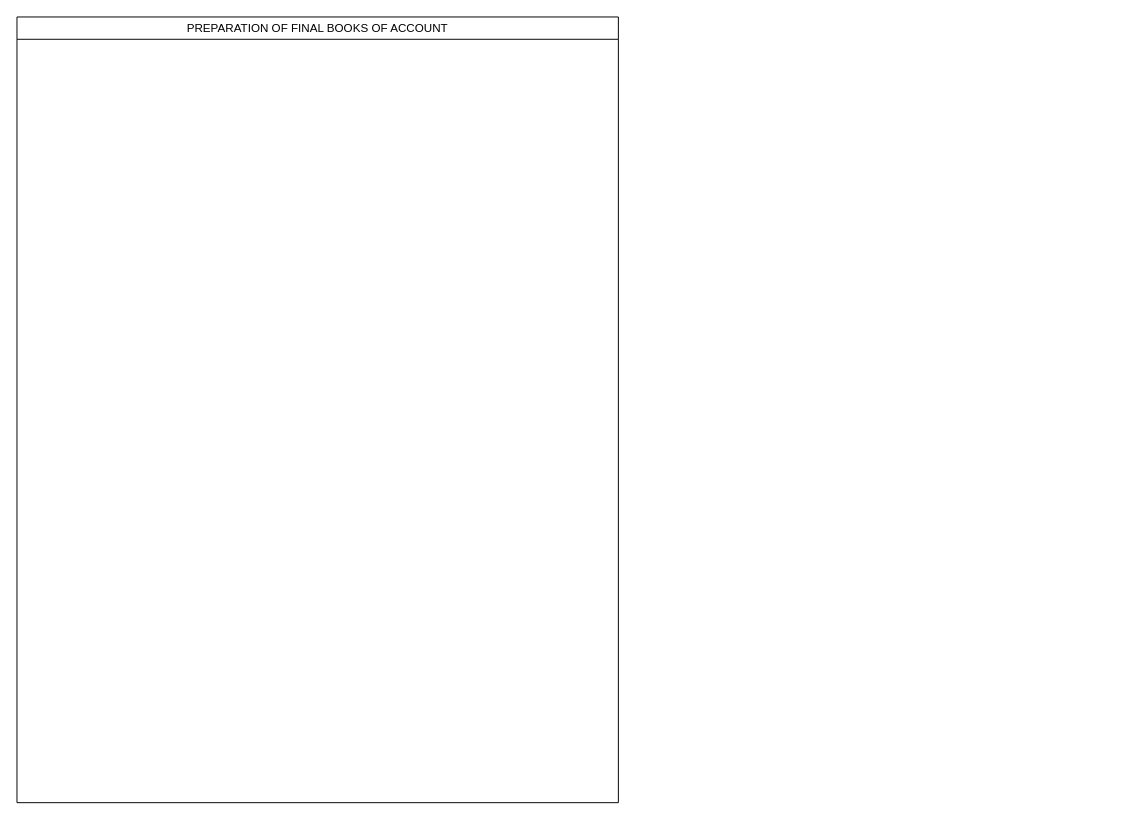
The draw.io diagram TPF - fin -PREPARATION OF FINAL BOOKS OF ACCOUNT.drawio in kmagua/flowcharts, before the edit. Source tidied: cells renumbered, new cells numbered last; positions are measured from the earlier drawing's top-left corner, leaving out a move shared by most shapes. Both pictures are drawn from the tidied source at 97%, with x=0, y=0 at pixel (16, 16).
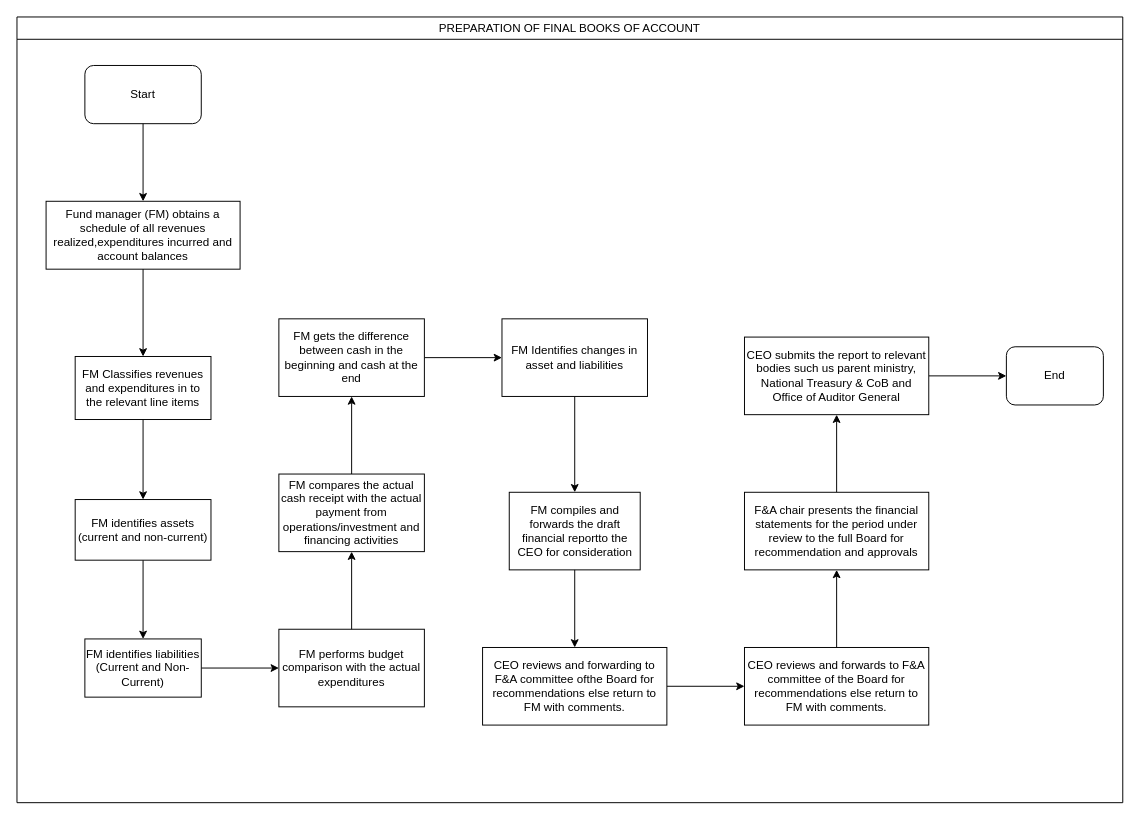
The same page after the edit.

The edit, as a diff of the source:
```diff
@@
     <mxCell id="2" value="PREPARATION OF FINAL BOOKS OF ACCOUNT" style="swimlane;fontStyle=0;" parent="1" vertex="1">
-      <mxGeometry width="620" height="810" as="geometry" />
+      <mxGeometry width="1140" height="810" as="geometry" />
     </mxCell>
+    <mxCell id="3" value="Start" style="rounded=1;whiteSpace=wrap;html=1;" parent="2" vertex="1">
+      <mxGeometry x="70" y="50" width="120" height="60" as="geometry" />
+    </mxCell>
+    <mxCell id="4" value="Fund manager (FM) &lt;span lang=&quot;EN-GB&quot;&gt;obtains a schedule of all revenues realized,expenditures incurred and account balances &lt;/span&gt;" style="rounded=0;whiteSpace=wrap;html=1;" parent="2" vertex="1">
+      <mxGeometry x="30" y="190" width="200" height="70" as="geometry" />
+    </mxCell>
+    <mxCell id="5" style="edgeStyle=orthogonalEdgeStyle;rounded=0;jettySize=auto;html=1;" parent="2" edge="1" source="3" target="4">
+      <mxGeometry relative="1" as="geometry" />
+    </mxCell>
+    <mxCell id="6" value="&lt;span lang=&quot;EN-GB&quot;&gt;FM Classifies revenues and expenditures in to the relevant line items&lt;/span&gt;" style="whiteSpace=wrap;html=1;rounded=0;" parent="2" vertex="1">
+      <mxGeometry x="60" y="350" width="140" height="65" as="geometry" />
+    </mxCell>
+    <mxCell id="7" style="edgeStyle=orthogonalEdgeStyle;rounded=0;jettySize=auto;html=1;" parent="2" edge="1" source="4" target="6">
+      <mxGeometry relative="1" as="geometry" />
+    </mxCell>
+    <mxCell id="8" value="FM performs &lt;span lang=&quot;EN-GB&quot;&gt;budget comparison with the actual expenditures&lt;/span&gt;" style="rounded=0;whiteSpace=wrap;html=1;" parent="2" vertex="1">
+      <mxGeometry x="270" y="631.2" width="150" height="80" as="geometry" />
+    </mxCell>
+    <mxCell id="9" value="&lt;span lang=&quot;EN-GB&quot;&gt;FM compiles and forwards the draft financial reportto the CEO for consideration&lt;/span&gt;" style="whiteSpace=wrap;html=1;rounded=0;" parent="2" vertex="1">
+      <mxGeometry x="507.5" y="490" width="135" height="80" as="geometry" />
+    </mxCell>
+    <mxCell id="10" value="End" style="rounded=1;whiteSpace=wrap;html=1;" parent="2" vertex="1">
+      <mxGeometry x="1020" y="340" width="100" height="60" as="geometry" />
+    </mxCell>
+    <mxCell id="11" style="edgeStyle=orthogonalEdgeStyle;rounded=0;jettySize=auto;html=1;" parent="1" edge="1" source="12" target="15">
+      <mxGeometry relative="1" as="geometry" />
+    </mxCell>
+    <mxCell id="12" value="FM identifies assets (&lt;span lang=&quot;EN-GB&quot;&gt;current and non-current)&lt;br&gt;&lt;/span&gt;" style="whiteSpace=wrap;html=1;rounded=0;" parent="1" vertex="1">
+      <mxGeometry x="60" y="497.5" width="140" height="62.5" as="geometry" />
+    </mxCell>
+    <mxCell id="13" style="edgeStyle=orthogonalEdgeStyle;rounded=0;jettySize=auto;html=1;" parent="1" edge="1" source="6" target="12">
+      <mxGeometry relative="1" as="geometry" />
+    </mxCell>
+    <mxCell id="14" style="edgeStyle=orthogonalEdgeStyle;rounded=0;jettySize=auto;html=1;" parent="1" edge="1" source="15" target="8">
+      <mxGeometry relative="1" as="geometry" />
+    </mxCell>
+    <mxCell id="15" value="FM &lt;span lang=&quot;EN-GB&quot;&gt;identifies liabilities (Current and Non-Current)&lt;/span&gt;" style="whiteSpace=wrap;html=1;rounded=0;" parent="1" vertex="1">
+      <mxGeometry x="70" y="641.2" width="120" height="60" as="geometry" />
+    </mxCell>
+    <mxCell id="16" style="edgeStyle=orthogonalEdgeStyle;rounded=0;jettySize=auto;html=1;" parent="1" edge="1" source="17" target="20">
+      <mxGeometry relative="1" as="geometry" />
+    </mxCell>
+    <mxCell id="17" value="FM &lt;span lang=&quot;EN-GB&quot;&gt;compares the actual cash receipt with the actual payment from operations/investment and financing activities&lt;/span&gt;" style="rounded=0;whiteSpace=wrap;html=1;" parent="1" vertex="1">
+      <mxGeometry x="270" y="471.2" width="150" height="80" as="geometry" />
+    </mxCell>
+    <mxCell id="18" style="edgeStyle=orthogonalEdgeStyle;rounded=0;jettySize=auto;html=1;" parent="1" edge="1" source="8" target="17">
+      <mxGeometry relative="1" as="geometry" />
+    </mxCell>
+    <mxCell id="19" style="edgeStyle=orthogonalEdgeStyle;rounded=0;jettySize=auto;html=1;" parent="1" edge="1" source="20" target="22">
+      <mxGeometry relative="1" as="geometry" />
+    </mxCell>
+    <mxCell id="20" value="&lt;span lang=&quot;EN-GB&quot;&gt;FM gets the difference between cash in the beginning and cash at the end &lt;/span&gt;" style="rounded=0;whiteSpace=wrap;html=1;" parent="1" vertex="1">
+      <mxGeometry x="270" y="311.2" width="150" height="80" as="geometry" />
+    </mxCell>
+    <mxCell id="21" style="edgeStyle=orthogonalEdgeStyle;rounded=0;jettySize=auto;html=1;" parent="1" edge="1" source="22" target="9">
+      <mxGeometry relative="1" as="geometry" />
+    </mxCell>
+    <mxCell id="22" value="&lt;span lang=&quot;EN-GB&quot;&gt;FM &lt;/span&gt;&lt;span lang=&quot;EN-GB&quot;&gt;Identifies changes in asset and liabilities&lt;/span&gt;" style="rounded=0;whiteSpace=wrap;html=1;" parent="1" vertex="1">
+      <mxGeometry x="500" y="311.2" width="150" height="80" as="geometry" />
+    </mxCell>
+    <mxCell id="23" style="edgeStyle=orthogonalEdgeStyle;rounded=0;jettySize=auto;html=1;" parent="1" edge="1" source="24" target="27">
+      <mxGeometry relative="1" as="geometry" />
+    </mxCell>
+    <mxCell id="24" value="&lt;span lang=&quot;EN-GB&quot;&gt;CEO reviews and forwarding to F&amp;amp;A committee ofthe Board for recommendations else return to FM with comments.&lt;/span&gt;" style="whiteSpace=wrap;html=1;rounded=0;" parent="1" vertex="1">
+      <mxGeometry x="480" y="650" width="190" height="80" as="geometry" />
+    </mxCell>
+    <mxCell id="25" style="edgeStyle=orthogonalEdgeStyle;rounded=0;jettySize=auto;html=1;" parent="1" edge="1" source="9" target="24">
+      <mxGeometry relative="1" as="geometry" />
+    </mxCell>
+    <mxCell id="26" style="edgeStyle=orthogonalEdgeStyle;rounded=0;jettySize=auto;html=1;" parent="1" edge="1" source="27" target="29">
+      <mxGeometry relative="1" as="geometry" />
+    </mxCell>
+    <mxCell id="27" value="&lt;span lang=&quot;EN-GB&quot;&gt;CEO reviews and forwards to F&amp;amp;A committee of the Board for recommendations else return to FM with comments.&lt;/span&gt;" style="whiteSpace=wrap;html=1;rounded=0;" parent="1" vertex="1">
+      <mxGeometry x="750" y="650" width="190" height="80" as="geometry" />
+    </mxCell>
+    <mxCell id="28" style="edgeStyle=orthogonalEdgeStyle;rounded=0;jettySize=auto;html=1;" parent="1" edge="1" source="29" target="31">
+      <mxGeometry relative="1" as="geometry" />
+    </mxCell>
+    <mxCell id="29" value="&lt;span lang=&quot;EN-GB&quot;&gt;F&amp;amp;A chair presents the financial statements for the period under review to the full Board for recommendation and approvals&lt;/span&gt;" style="whiteSpace=wrap;html=1;rounded=0;" parent="1" vertex="1">
+      <mxGeometry x="750" y="490" width="190" height="80" as="geometry" />
+    </mxCell>
+    <mxCell id="30" style="edgeStyle=orthogonalEdgeStyle;rounded=0;jettySize=auto;html=1;entryX=0;entryY=0.5;entryDx=0;entryDy=0;" parent="1" edge="1" source="31" target="10">
+      <mxGeometry relative="1" as="geometry" />
+    </mxCell>
+    <mxCell id="31" value="&lt;span lang=&quot;EN-GB&quot;&gt;CEO submits the report to relevant bodies such us parent ministry, National Treasury &amp;amp; CoB and Office of Auditor General&lt;/span&gt;" style="whiteSpace=wrap;html=1;rounded=0;" parent="1" vertex="1">
+      <mxGeometry x="750" y="330" width="190" height="80" as="geometry" />
+    </mxCell>
```
